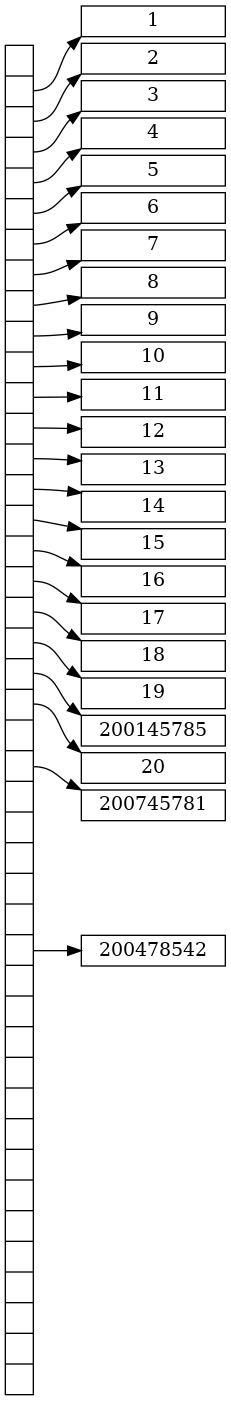
The Graphviz diagram AsignacionDeCursos/estudiantes.png in froi0409/AsignacionDeCursos, before a commit. Its source is kept beside it as AsignacionDeCursos/estudiantes.dot.
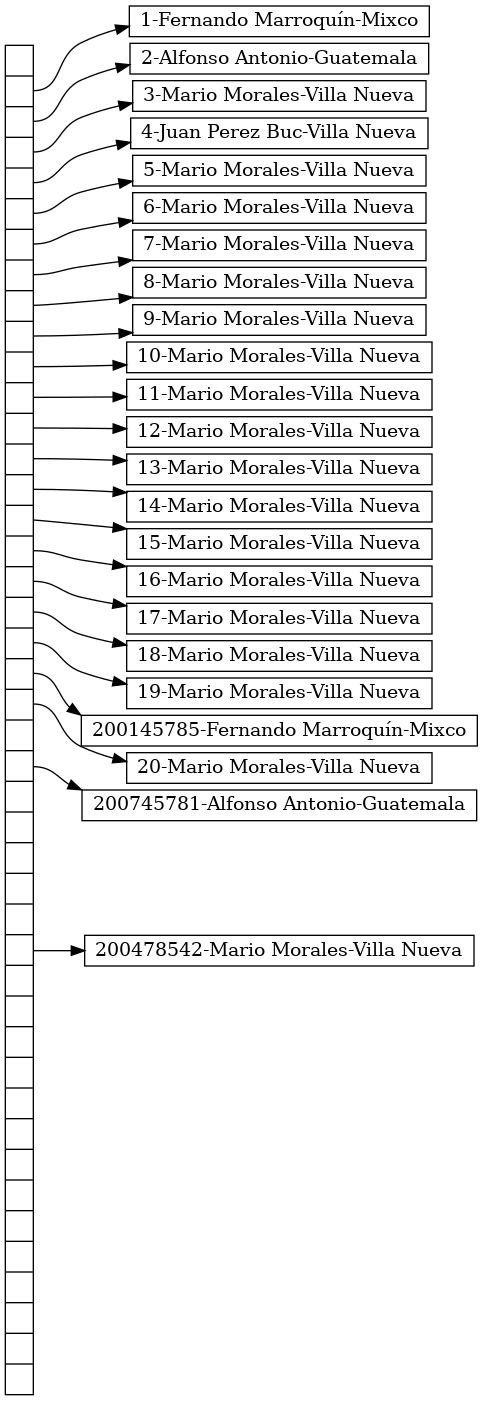
The same diagram one commit later.

Diff of the diagram source:
```diff
@@ -6,29 +6,29 @@
 
 nodeo0 [label = "<f0> | <f1> | <f2> | <f3> | <f4> | <f5> | <f6> | <f7> | <f8> | <f9> | <f10> | <f11> | <f12> | <f13> | <f14> | <f15> | <f16> | <f17> | <f18> | <f19> | <f20> | <f21> | <f22> | <f23> | <f24> | <f25> | <f26> | <f27> | <f28> | <f29> | <f30> | <f31> | <f32> | <f33> | <f34> | <f35> | <f36> | <f37> | <f38> | <f39> | <f40> | <f41> | <f42> | ", height=2.5];
 node [width = 1.5];
-nodo1[label = "{ <n> 1}"];
-nodo2[label = "{ <n> 2}"];
-nodo3[label = "{ <n> 3}"];
-nodo4[label = "{ <n> 4}"];
-nodo5[label = "{ <n> 5}"];
-nodo6[label = "{ <n> 6}"];
-nodo7[label = "{ <n> 7}"];
-nodo8[label = "{ <n> 8}"];
-nodo9[label = "{ <n> 9}"];
-nodo10[label = "{ <n> 10}"];
-nodo11[label = "{ <n> 11}"];
-nodo12[label = "{ <n> 12}"];
-nodo13[label = "{ <n> 13}"];
-nodo14[label = "{ <n> 14}"];
-nodo15[label = "{ <n> 15}"];
-nodo16[label = "{ <n> 16}"];
-nodo17[label = "{ <n> 17}"];
-nodo18[label = "{ <n> 18}"];
-nodo19[label = "{ <n> 19}"];
-nodo20[label = "{ <n> 200145785}"];
-nodo21[label = "{ <n> 20}"];
-nodo23[label = "{ <n> 200745781}"];
-nodo29[label = "{ <n> 200478542}"];
+nodo1[label = "{ <n> 1-Fernando Marroquín-Mixco}"];
+nodo2[label = "{ <n> 2-Alfonso Antonio-Guatemala}"];
+nodo3[label = "{ <n> 3-Mario Morales-Villa Nueva}"];
+nodo4[label = "{ <n> 4-Juan Perez Buc-Villa Nueva}"];
+nodo5[label = "{ <n> 5-Mario Morales-Villa Nueva}"];
+nodo6[label = "{ <n> 6-Mario Morales-Villa Nueva}"];
+nodo7[label = "{ <n> 7-Mario Morales-Villa Nueva}"];
+nodo8[label = "{ <n> 8-Mario Morales-Villa Nueva}"];
+nodo9[label = "{ <n> 9-Mario Morales-Villa Nueva}"];
+nodo10[label = "{ <n> 10-Mario Morales-Villa Nueva}"];
+nodo11[label = "{ <n> 11-Mario Morales-Villa Nueva}"];
+nodo12[label = "{ <n> 12-Mario Morales-Villa Nueva}"];
+nodo13[label = "{ <n> 13-Mario Morales-Villa Nueva}"];
+nodo14[label = "{ <n> 14-Mario Morales-Villa Nueva}"];
+nodo15[label = "{ <n> 15-Mario Morales-Villa Nueva}"];
+nodo16[label = "{ <n> 16-Mario Morales-Villa Nueva}"];
+nodo17[label = "{ <n> 17-Mario Morales-Villa Nueva}"];
+nodo18[label = "{ <n> 18-Mario Morales-Villa Nueva}"];
+nodo19[label = "{ <n> 19-Mario Morales-Villa Nueva}"];
+nodo20[label = "{ <n> 200145785-Fernando Marroquín-Mixco}"];
+nodo21[label = "{ <n> 20-Mario Morales-Villa Nueva}"];
+nodo23[label = "{ <n> 200745781-Alfonso Antonio-Guatemala}"];
+nodo29[label = "{ <n> 200478542-Mario Morales-Villa Nueva}"];
 nodeo0:f1 -> nodo1:n;
 nodeo0:f2 -> nodo2:n;
 nodeo0:f3 -> nodo3:n;
```
